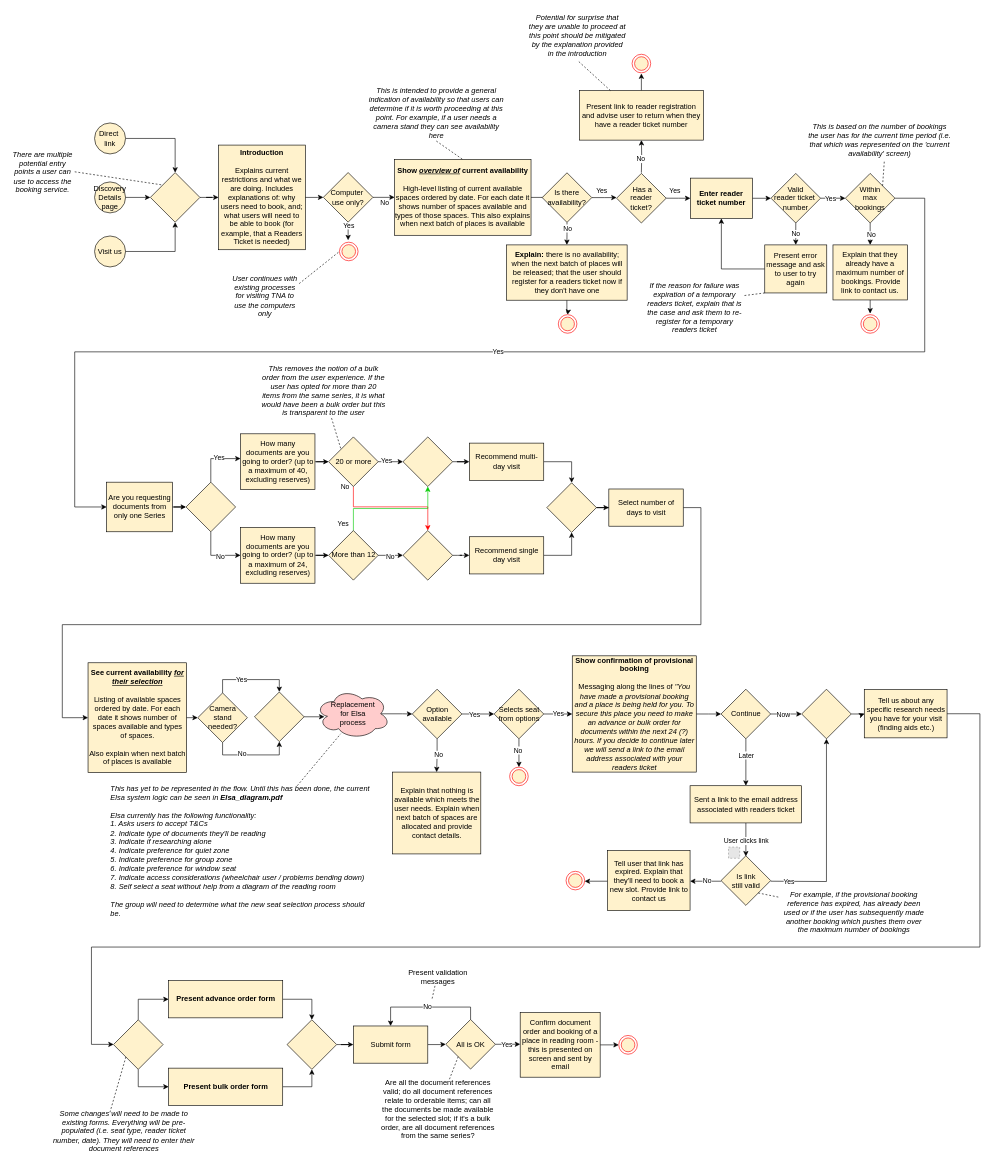
Above: diagrams/0.0.5.drawio in nationalarchives/ds-booking-experience (draw.io), before the change. Source tidied: cells renumbered, new cells numbered last; positions are measured from the earlier drawing's top-left corner, leaving out a move shared by most shapes. Both pictures are drawn from the tidied source at 62%, with x=0, y=0 at pixel (11, 11). Pictures stored in the file or linked from it are replaced by grey dashed boxes.
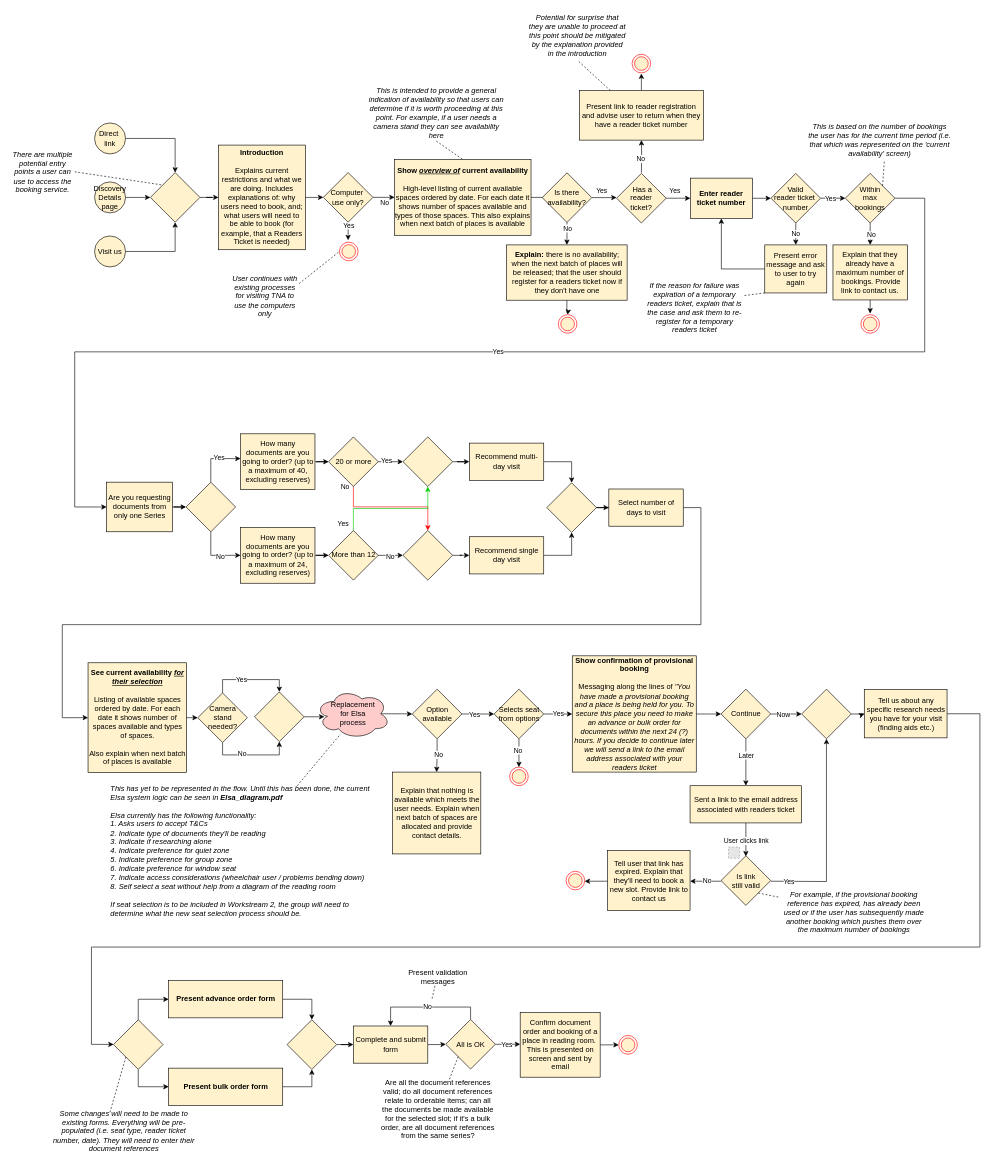
Above is the later version.

Unchanged cells that the change refers to:
```xml
<mxCell id="138" value="20 or more" style="rhombus;whiteSpace=wrap;html=1;fillColor=#FFF2CC;" parent="1" vertex="1">
  <mxGeometry x="512.5" y="687.2" width="80" height="80" as="geometry" />
</mxCell>
```

Change to the diagram source:
```diff
@@
-    <mxCell id="52" value="Confirm document order and booking of a place in reading room - this is presented on screen and sent by email" style="whiteSpace=wrap;html=1;fillColor=#FFF2CC;" parent="1" vertex="1">
+    <mxCell id="52" value="Confirm document order and booking of a place in reading room.&amp;nbsp; This is presented on screen and sent by email" style="whiteSpace=wrap;html=1;fillColor=#FFF2CC;" parent="1" vertex="1">
       <mxGeometry x="821.5" y="1615.7" width="129" height="104.2" as="geometry" />
     </mxCell>
@@
-    <mxCell id="88" value="Submit form" style="whiteSpace=wrap;html=1;fillColor=#FFF2CC;" parent="1" vertex="1">
+    <mxCell id="88" value="Complete and submit form" style="whiteSpace=wrap;html=1;fillColor=#FFF2CC;" parent="1" vertex="1">
       <mxGeometry x="552.5" y="1637.3" width="120" height="60" as="geometry" />
     </mxCell>
@@
-    <mxCell id="148" value="This removes the notion of a bulk order from the user experience. If the user has opted for more than 20 items from the same series, it is what would have been a bulk order but this is transparent to the user" style="text;html=1;strokeColor=none;fillColor=none;align=center;verticalAlign=middle;whiteSpace=wrap;rounded=0;fontStyle=2;" parent="1" vertex="1">
-      <mxGeometry x="402.5" y="570" width="203" height="86.8" as="geometry" />
-    </mxCell>
-    <mxCell id="149" style="endArrow=none;dashed=1;html=1;entryX=0;entryY=0;entryDx=0;entryDy=0;fillColor=#FFF2CC;" parent="1" edge="1" source="148" target="138">
-      <mxGeometry relative="1" as="geometry" />
-    </mxCell>
@@
-    <mxCell id="160" value="This has yet to be represented in the flow. Until this has been done, the current Elsa system logic can be seen in &lt;b&gt;Elsa_diagram.pdf&lt;/b&gt;&lt;br&gt;&lt;br&gt;Elsa currently has the following functionality:&amp;nbsp;&lt;br&gt;1. Asks users to accept T&amp;amp;Cs&lt;br&gt;2. Indicate type of documents they'll be reading&lt;br&gt;3. Indicate if researching alone&lt;br&gt;4. Indicate preference for quiet zone&lt;br&gt;5. Indicate preference for group zone&lt;br&gt;6. Indicate preference for window seat&lt;br&gt;7. Indicate access considerations (wheelchair user / problems bending down)&lt;br&gt;8. Self select a seat without help from a diagram of the reading room&lt;br&gt;&lt;br&gt;The group will need to determine what the new seat selection process should be." style="text;html=1;strokeColor=none;fillColor=none;align=left;verticalAlign=middle;whiteSpace=wrap;rounded=0;fontStyle=2;" parent="1" vertex="1">
+    <mxCell id="160" value="This has yet to be represented in the flow. Until this has been done, the current Elsa system logic can be seen in &lt;b&gt;Elsa_diagram.pdf&lt;/b&gt;&lt;br&gt;&lt;br&gt;Elsa currently has the following functionality:&amp;nbsp;&lt;br&gt;1. Asks users to accept T&amp;amp;Cs&lt;br&gt;2. Indicate type of documents they'll be reading&lt;br&gt;3. Indicate if researching alone&lt;br&gt;4. Indicate preference for quiet zone&lt;br&gt;5. Indicate preference for group zone&lt;br&gt;6. Indicate preference for window seat&lt;br&gt;7. Indicate access considerations (wheelchair user / problems bending down)&lt;br&gt;8. Self select a seat without help from a diagram of the reading room&lt;br&gt;&lt;br&gt;If seat selection is to be included in Workstream 2, the group will need to determine what the new seat selection process should be." style="text;html=1;strokeColor=none;fillColor=none;align=left;verticalAlign=middle;whiteSpace=wrap;rounded=0;fontStyle=2;" parent="1" vertex="1">
       <mxGeometry x="159" y="1249.8" width="430" height="210.2" as="geometry" />
     </mxCell>
```
